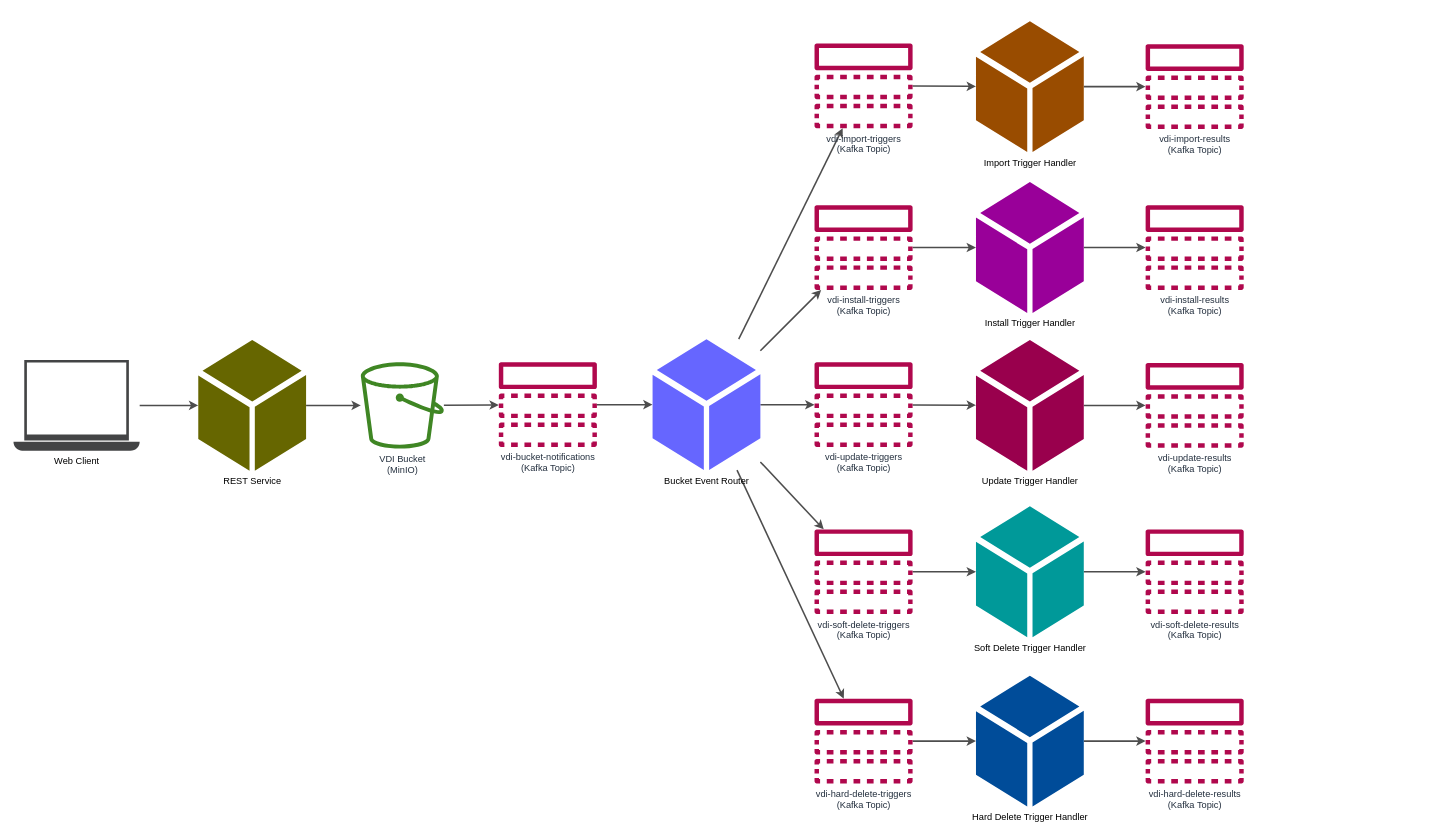
This is page "overall-flow" (5 of 5) of docs/design/1.0/diagrams/vdi.drawio from VEuPathDB/VDI, a draw.io file, before an edit. Source tidied: cells renumbered, new cells numbered last; positions are measured from the earlier drawing's top-left corner, leaving out a move shared by most shapes. Both pictures are drawn from the tidied source at 77%, with x=0, y=0 at pixel (13, 21).
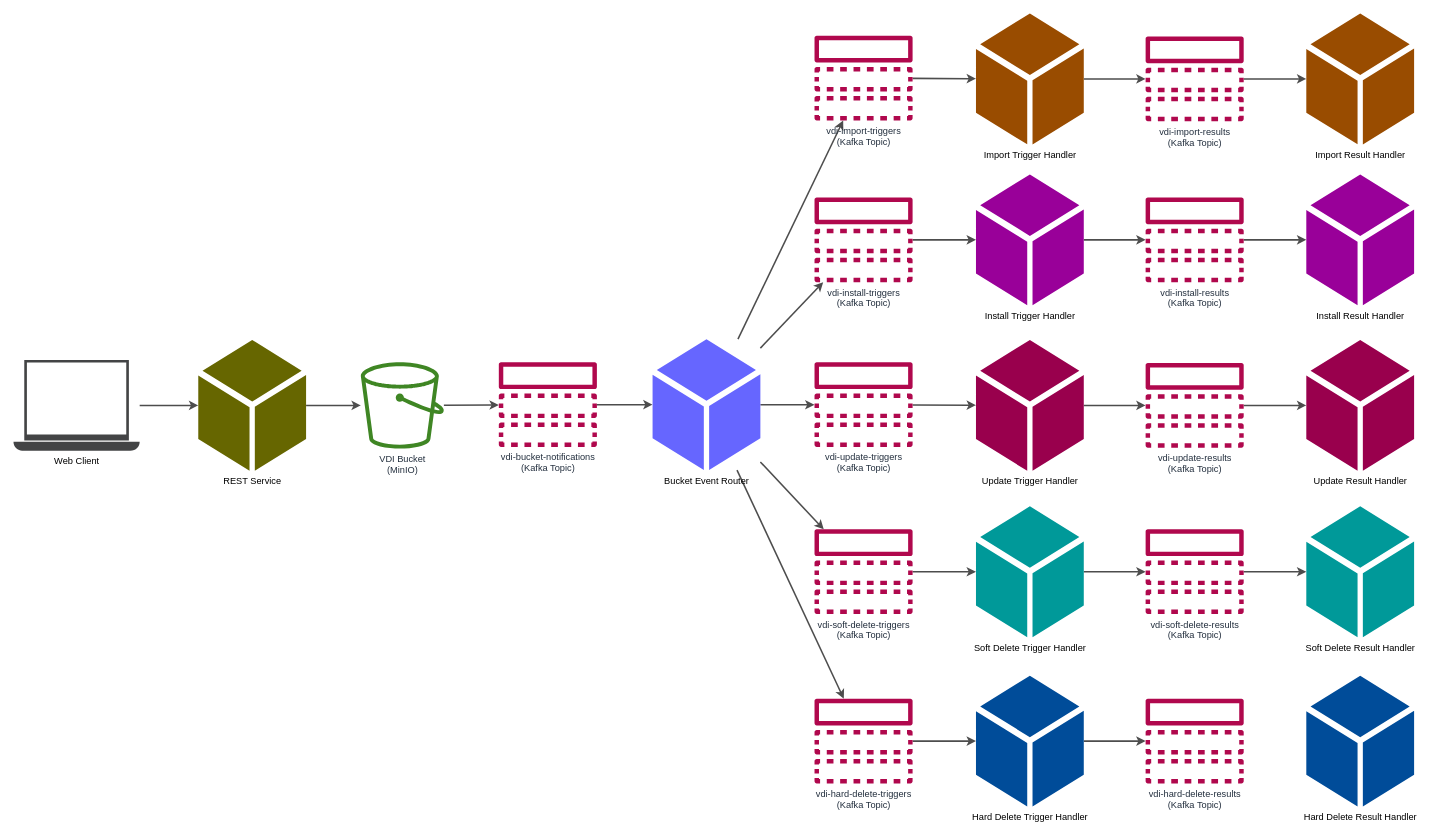
After the change.

Unchanged cells that the change refers to:
```xml
<mxCell id="38" value="vdi-update-results&lt;br&gt;(Kafka Topic)" style="sketch=0;outlineConnect=0;fontColor=#232F3E;gradientColor=none;fillColor=#B0084D;strokeColor=none;dashed=0;verticalLabelPosition=bottom;verticalAlign=top;align=center;html=1;fontSize=12;fontStyle=0;shape=mxgraph.aws4.topic;" parent="1" vertex="1">
  <mxGeometry x="1470" y="444" width="128" height="110" as="geometry" />
</mxCell>
<mxCell id="39" value="vdi-soft-delete-results&lt;br&gt;(Kafka Topic)" style="sketch=0;outlineConnect=0;fontColor=#232F3E;gradientColor=none;fillColor=#B0084D;strokeColor=none;dashed=0;verticalLabelPosition=bottom;verticalAlign=top;align=center;html=1;fontSize=12;fontStyle=0;shape=mxgraph.aws4.topic;" parent="1" vertex="1">
  <mxGeometry x="1470" y="660" width="128" height="110" as="geometry" />
</mxCell>
```

The edit, as a diff of the source:
```diff
@@
     <mxCell id="19" value="vdi-install-triggers&lt;br&gt;(Kafka Topic)" style="sketch=0;outlineConnect=0;fontColor=#232F3E;gradientColor=none;fillColor=#B0084D;strokeColor=none;dashed=0;verticalLabelPosition=bottom;verticalAlign=top;align=center;html=1;fontSize=12;fontStyle=0;shape=mxgraph.aws4.topic;" parent="1" vertex="1">
-      <mxGeometry x="1040" y="239" width="128" height="110" as="geometry" />
+      <mxGeometry x="1040" y="229" width="128" height="110" as="geometry" />
     </mxCell>
@@
     <mxCell id="25" value="vdi-import-triggers&lt;br&gt;(Kafka Topic)" style="sketch=0;outlineConnect=0;fontColor=#232F3E;gradientColor=none;fillColor=#B0084D;strokeColor=none;dashed=0;verticalLabelPosition=bottom;verticalAlign=top;align=center;html=1;fontSize=12;fontStyle=0;shape=mxgraph.aws4.topic;" parent="1" vertex="1">
-      <mxGeometry x="1040" y="29" width="128" height="110" as="geometry" />
+      <mxGeometry x="1040" y="19" width="128" height="110" as="geometry" />
     </mxCell>
@@
     <mxCell id="27" value="Import Trigger Handler" style="sketch=0;shadow=0;dashed=0;html=1;strokeColor=none;fillColor=#994C00;labelPosition=center;verticalLabelPosition=bottom;verticalAlign=top;outlineConnect=0;align=center;shape=mxgraph.office.concepts.node_generic;" parent="1" vertex="1">
-      <mxGeometry x="1250" width="140" height="170" as="geometry" />
+      <mxGeometry x="1250" y="-10" width="140" height="170" as="geometry" />
     </mxCell>
@@
     <mxCell id="29" value="Install Trigger Handler" style="sketch=0;shadow=0;dashed=0;html=1;strokeColor=none;fillColor=#990099;labelPosition=center;verticalLabelPosition=bottom;verticalAlign=top;outlineConnect=0;align=center;shape=mxgraph.office.concepts.node_generic;" parent="1" vertex="1">
-      <mxGeometry x="1250" y="209" width="140" height="170" as="geometry" />
+      <mxGeometry x="1250" y="199" width="140" height="170" as="geometry" />
     </mxCell>
@@
+    <mxCell id="41" style="edgeStyle=none;rounded=0;jettySize=auto;html=1;strokeColor=#4D4D4D;strokeWidth=2;" parent="1" edge="1" source="36" target="45">
+      <mxGeometry relative="1" as="geometry" />
+    </mxCell>
     <mxCell id="36" value="vdi-import-results&lt;br&gt;(Kafka Topic)" style="sketch=0;outlineConnect=0;fontColor=#232F3E;gradientColor=none;fillColor=#B0084D;strokeColor=none;dashed=0;verticalLabelPosition=bottom;verticalAlign=top;align=center;html=1;fontSize=12;fontStyle=0;shape=mxgraph.aws4.topic;" parent="1" vertex="1">
-      <mxGeometry x="1470" y="30" width="128" height="110" as="geometry" />
+      <mxGeometry x="1470" y="20" width="128" height="110" as="geometry" />
     </mxCell>
+    <mxCell id="42" style="edgeStyle=none;rounded=0;jettySize=auto;html=1;strokeColor=#4D4D4D;strokeWidth=2;" parent="1" edge="1" source="37" target="46">
+      <mxGeometry relative="1" as="geometry" />
+    </mxCell>
     <mxCell id="37" value="vdi-install-results&lt;br&gt;(Kafka Topic)" style="sketch=0;outlineConnect=0;fontColor=#232F3E;gradientColor=none;fillColor=#B0084D;strokeColor=none;dashed=0;verticalLabelPosition=bottom;verticalAlign=top;align=center;html=1;fontSize=12;fontStyle=0;shape=mxgraph.aws4.topic;" parent="1" vertex="1">
-      <mxGeometry x="1470" y="239" width="128" height="110" as="geometry" />
+      <mxGeometry x="1470" y="229" width="128" height="110" as="geometry" />
     </mxCell>
+    <mxCell id="43" style="edgeStyle=none;rounded=0;jettySize=auto;html=1;strokeColor=#4D4D4D;strokeWidth=2;" parent="1" edge="1" source="38" target="47">
+      <mxGeometry relative="1" as="geometry" />
+    </mxCell>
@@
+    <mxCell id="44" style="edgeStyle=none;rounded=0;jettySize=auto;html=1;strokeColor=#4D4D4D;strokeWidth=2;" parent="1" edge="1" source="39" target="48">
+      <mxGeometry relative="1" as="geometry" />
+    </mxCell>
@@
+    <mxCell id="45" value="Import Result Handler" style="sketch=0;shadow=0;dashed=0;html=1;strokeColor=none;fillColor=#994C00;labelPosition=center;verticalLabelPosition=bottom;verticalAlign=top;outlineConnect=0;align=center;shape=mxgraph.office.concepts.node_generic;" parent="1" vertex="1">
+      <mxGeometry x="1679" y="-10" width="140" height="170" as="geometry" />
+    </mxCell>
+    <mxCell id="46" value="Install Result Handler" style="sketch=0;shadow=0;dashed=0;html=1;strokeColor=none;fillColor=#990099;labelPosition=center;verticalLabelPosition=bottom;verticalAlign=top;outlineConnect=0;align=center;shape=mxgraph.office.concepts.node_generic;" parent="1" vertex="1">
+      <mxGeometry x="1679" y="199" width="140" height="170" as="geometry" />
+    </mxCell>
+    <mxCell id="47" value="Update Result Handler" style="sketch=0;shadow=0;dashed=0;html=1;strokeColor=none;fillColor=#99004D;labelPosition=center;verticalLabelPosition=bottom;verticalAlign=top;outlineConnect=0;align=center;shape=mxgraph.office.concepts.node_generic;" parent="1" vertex="1">
+      <mxGeometry x="1679" y="414" width="140" height="170" as="geometry" />
+    </mxCell>
+    <mxCell id="48" value="Soft Delete Result Handler" style="sketch=0;shadow=0;dashed=0;html=1;strokeColor=none;fillColor=#009999;labelPosition=center;verticalLabelPosition=bottom;verticalAlign=top;outlineConnect=0;align=center;shape=mxgraph.office.concepts.node_generic;" parent="1" vertex="1">
+      <mxGeometry x="1679" y="630" width="140" height="170" as="geometry" />
+    </mxCell>
+    <mxCell id="49" value="Hard Delete Result Handler" style="sketch=0;shadow=0;dashed=0;html=1;strokeColor=none;fillColor=#004C99;labelPosition=center;verticalLabelPosition=bottom;verticalAlign=top;align=center;shape=mxgraph.office.concepts.node_generic;" parent="1" vertex="1">
+      <mxGeometry x="1679" y="850" width="140" height="170" as="geometry" />
+    </mxCell>
```
